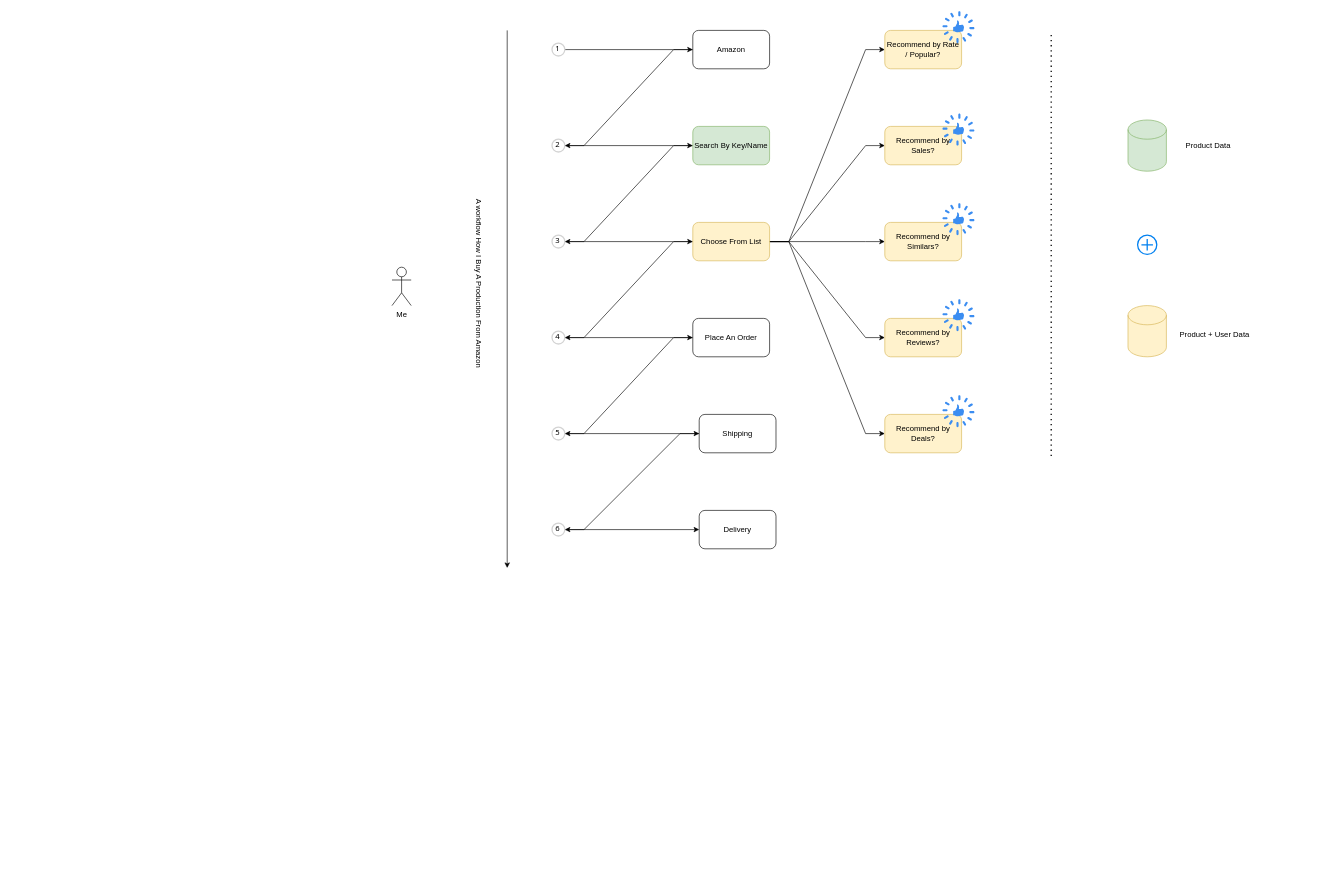
The draw.io diagram Recommend_use_cases.drawio in jiangtao7/draw.io, before the edit. Source tidied: cells renumbered, new cells numbered last; positions are measured from the earlier drawing's top-left corner, leaving out a move shared by most shapes. Both pictures are drawn from the tidied source at 64%, with x=0, y=0 at pixel (385, 11).
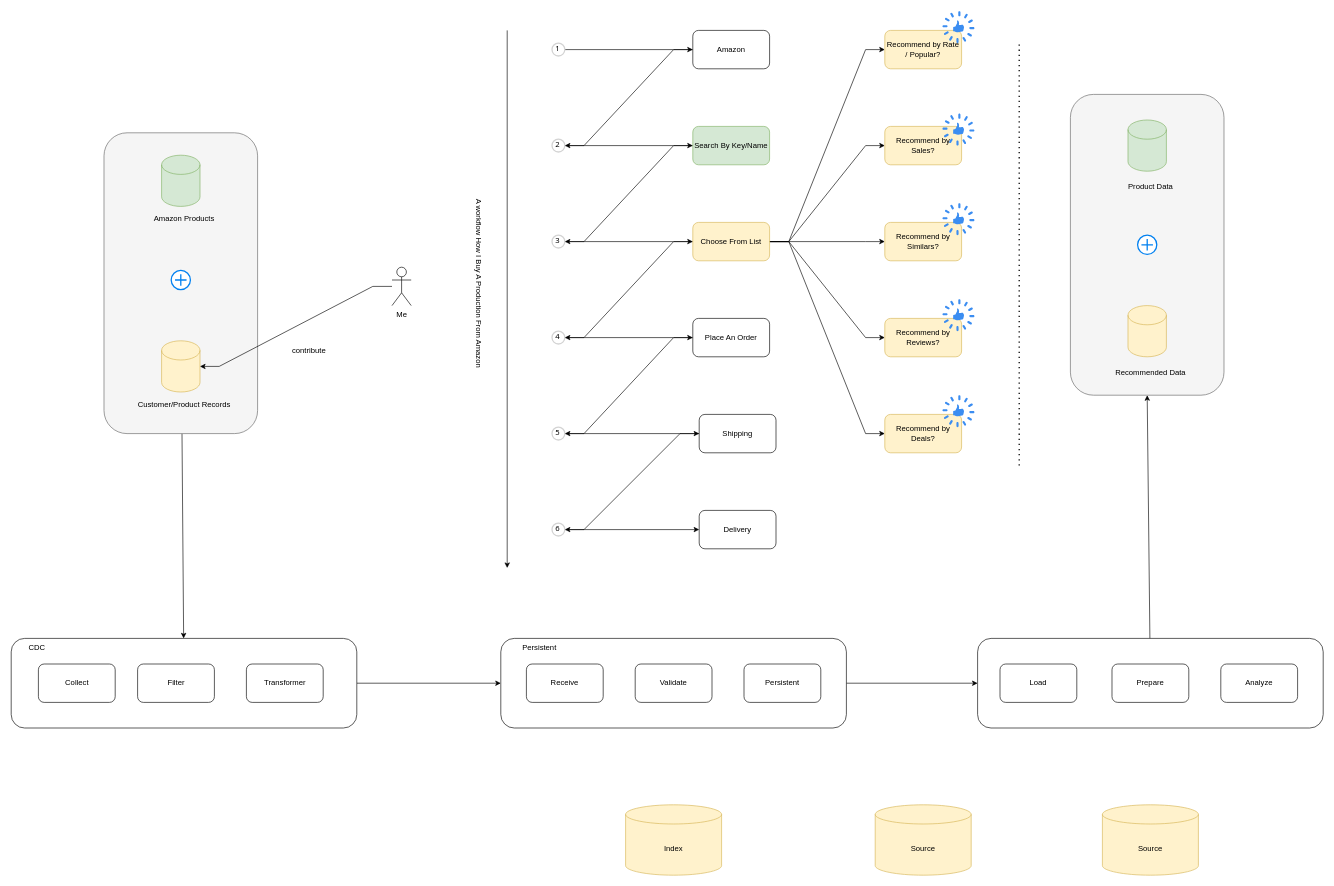
The same diagram, later.

Unchanged cells that the change refers to:
```xml
<mxCell id="2" value="Me" style="shape=umlActor;verticalLabelPosition=bottom;verticalAlign=top;html=1;outlineConnect=0;" parent="1" vertex="1">
  <mxGeometry x="10" y="400" width="30" height="60" as="geometry" />
</mxCell>
```

What changed in the source:
```diff
@@
+    <mxCell id="49" style="edgeStyle=none;rounded=0;jettySize=auto;html=1;entryX=0.5;entryY=1;entryDx=0;entryDy=0;" parent="1" edge="1" source="50" target="55">
+      <mxGeometry relative="1" as="geometry" />
+    </mxCell>
+    <mxCell id="50" style="rounded=1;whiteSpace=wrap;html=1;" parent="1" vertex="1">
+      <mxGeometry x="925" y="980" width="540" height="140" as="geometry" />
+    </mxCell>
+    <mxCell id="51" style="edgeStyle=none;rounded=0;jettySize=auto;html=1;" parent="1" edge="1" source="52" target="50">
+      <mxGeometry relative="1" as="geometry" />
+    </mxCell>
+    <mxCell id="52" style="rounded=1;whiteSpace=wrap;html=1;" parent="1" vertex="1">
+      <mxGeometry x="180" y="980" width="540" height="140" as="geometry" />
+    </mxCell>
+    <mxCell id="53" style="edgeStyle=none;rounded=0;jettySize=auto;html=1;entryX=0;entryY=0.5;entryDx=0;entryDy=0;" parent="1" edge="1" source="54" target="52">
+      <mxGeometry relative="1" as="geometry" />
+    </mxCell>
+    <mxCell id="54" style="rounded=1;whiteSpace=wrap;html=1;" parent="1" vertex="1">
+      <mxGeometry x="-585" y="980" width="540" height="140" as="geometry" />
+    </mxCell>
+    <mxCell id="55" style="rounded=1;whiteSpace=wrap;html=1;fillColor=#f5f5f5;fontColor=#333333;strokeColor=#666666;" parent="1" vertex="1">
+      <mxGeometry x="1070" y="130" width="240" height="470" as="geometry" />
+    </mxCell>
+    <mxCell id="56" style="edgeStyle=none;rounded=0;jettySize=auto;html=1;" parent="1" edge="1" source="57" target="54">
+      <mxGeometry relative="1" as="geometry" />
+    </mxCell>
+    <mxCell id="57" style="rounded=1;whiteSpace=wrap;html=1;fillColor=#f5f5f5;fontColor=#333333;strokeColor=#666666;" parent="1" vertex="1">
+      <mxGeometry x="-440" y="190" width="240" height="470" as="geometry" />
+    </mxCell>
@@
     <mxCell id="38" style="endArrow=none;dashed=1;html=1;dashPattern=1 3;strokeWidth=2;rounded=0;" parent="1" edge="1">
       <mxGeometry relative="1" as="geometry">
-        <mxPoint x="1040" y="695" as="sourcePoint" />
-        <mxPoint x="1040" y="35" as="targetPoint" />
+        <mxPoint x="990" y="710" as="sourcePoint" />
+        <mxPoint x="990" y="50" as="targetPoint" />
       </mxGeometry>
     </mxCell>
@@
     <mxCell id="41" value="Product Data" style="text;html=1;align=center;verticalAlign=middle;strokeColor=none;fillColor=none;" parent="1" vertex="1">
-      <mxGeometry x="1240" y="195" width="90" height="30" as="geometry" />
+      <mxGeometry x="1150" y="260" width="90" height="30" as="geometry" />
     </mxCell>
-    <mxCell id="42" value="Product + User Data" style="text;html=1;align=center;verticalAlign=middle;strokeColor=none;fillColor=none;" parent="1" vertex="1">
-      <mxGeometry x="1230" y="490" width="130" height="30" as="geometry" />
+    <mxCell id="42" value="Recommended Data" style="text;html=1;align=center;verticalAlign=middle;strokeColor=none;fillColor=none;" parent="1" vertex="1">
+      <mxGeometry x="1130" y="550" width="130" height="30" as="geometry" />
     </mxCell>
@@
+    <mxCell id="58" style="shape=cylinder3;whiteSpace=wrap;html=1;boundedLbl=1;backgroundOutline=1;size=15;fillColor=#d5e8d4;strokeColor=#82b366;" parent="1" vertex="1">
+      <mxGeometry x="-350" y="225" width="60" height="80" as="geometry" />
+    </mxCell>
+    <mxCell id="59" style="shape=cylinder3;whiteSpace=wrap;html=1;boundedLbl=1;backgroundOutline=1;size=15;fillColor=#fff2cc;strokeColor=#d6b656;" parent="1" vertex="1">
+      <mxGeometry x="-350" y="515" width="60" height="80" as="geometry" />
+    </mxCell>
+    <mxCell id="60" value="Amazon Products" style="text;html=1;align=center;verticalAlign=middle;strokeColor=none;fillColor=none;" parent="1" vertex="1">
+      <mxGeometry x="-375" y="310" width="120" height="30" as="geometry" />
+    </mxCell>
+    <mxCell id="61" value="Customer/Product Records" style="text;html=1;align=center;verticalAlign=middle;strokeColor=none;fillColor=none;" parent="1" vertex="1">
+      <mxGeometry x="-400" y="600" width="170" height="30" as="geometry" />
+    </mxCell>
+    <mxCell id="62" style="html=1;verticalLabelPosition=bottom;align=center;labelBackgroundColor=#ffffff;verticalAlign=top;strokeWidth=2;strokeColor=#0080F0;shadow=0;dashed=0;shape=mxgraph.ios7.icons.add;" parent="1" vertex="1">
+      <mxGeometry x="-335" y="405" width="30" height="30" as="geometry" />
+    </mxCell>
+    <mxCell id="63" style="edgeStyle=entityRelationEdgeStyle;rounded=0;jettySize=auto;html=1;entryX=1;entryY=0.5;entryDx=0;entryDy=0;entryPerimeter=0;" parent="1" edge="1" source="2" target="59">
+      <mxGeometry relative="1" as="geometry" />
+    </mxCell>
+    <mxCell id="64" value="contribute" style="text;html=1;align=center;verticalAlign=middle;strokeColor=none;fillColor=none;" parent="1" vertex="1">
+      <mxGeometry x="-160" y="515" width="80" height="30" as="geometry" />
+    </mxCell>
+    <mxCell id="65" value="Collect" style="rounded=1;whiteSpace=wrap;html=1;" parent="1" vertex="1">
+      <mxGeometry x="-542.5" y="1020" width="120" height="60" as="geometry" />
+    </mxCell>
+    <mxCell id="66" value="Filter" style="rounded=1;whiteSpace=wrap;html=1;" parent="1" vertex="1">
+      <mxGeometry x="-387.5" y="1020" width="120" height="60" as="geometry" />
+    </mxCell>
+    <mxCell id="67" value="Transformer" style="rounded=1;whiteSpace=wrap;html=1;" parent="1" vertex="1">
+      <mxGeometry x="-217.5" y="1020" width="120" height="60" as="geometry" />
+    </mxCell>
+    <mxCell id="68" value="Receive" style="rounded=1;whiteSpace=wrap;html=1;" parent="1" vertex="1">
+      <mxGeometry x="220" y="1020" width="120" height="60" as="geometry" />
+    </mxCell>
+    <mxCell id="69" value="Validate" style="rounded=1;whiteSpace=wrap;html=1;" parent="1" vertex="1">
+      <mxGeometry x="390" y="1020" width="120" height="60" as="geometry" />
+    </mxCell>
+    <mxCell id="70" value="Persistent" style="rounded=1;whiteSpace=wrap;html=1;" parent="1" vertex="1">
+      <mxGeometry x="560" y="1020" width="120" height="60" as="geometry" />
+    </mxCell>
+    <mxCell id="71" value="Load" style="rounded=1;whiteSpace=wrap;html=1;" parent="1" vertex="1">
+      <mxGeometry x="960" y="1020" width="120" height="60" as="geometry" />
+    </mxCell>
+    <mxCell id="72" value="Prepare" style="rounded=1;whiteSpace=wrap;html=1;" parent="1" vertex="1">
+      <mxGeometry x="1135" y="1020" width="120" height="60" as="geometry" />
+    </mxCell>
+    <mxCell id="73" value="Analyze" style="rounded=1;whiteSpace=wrap;html=1;" parent="1" vertex="1">
+      <mxGeometry x="1305" y="1020" width="120" height="60" as="geometry" />
+    </mxCell>
+    <mxCell id="74" value="CDC" style="text;html=1;align=center;verticalAlign=middle;strokeColor=none;fillColor=none;" parent="1" vertex="1">
+      <mxGeometry x="-570" y="980" width="50" height="30" as="geometry" />
+    </mxCell>
+    <mxCell id="75" value="Persistent" style="text;html=1;align=center;verticalAlign=middle;strokeColor=none;fillColor=none;" parent="1" vertex="1">
+      <mxGeometry x="200" y="980" width="80" height="30" as="geometry" />
+    </mxCell>
+    <mxCell id="76" value="Index" style="shape=cylinder3;whiteSpace=wrap;html=1;boundedLbl=1;backgroundOutline=1;size=15;fillColor=#fff2cc;strokeColor=#d6b656;" parent="1" vertex="1">
+      <mxGeometry x="375" y="1240" width="150" height="110" as="geometry" />
+    </mxCell>
+    <mxCell id="77" value="Source" style="shape=cylinder3;whiteSpace=wrap;html=1;boundedLbl=1;backgroundOutline=1;size=15;fillColor=#fff2cc;strokeColor=#d6b656;" parent="1" vertex="1">
+      <mxGeometry x="765" y="1240" width="150" height="110" as="geometry" />
+    </mxCell>
+    <mxCell id="78" value="Source" style="shape=cylinder3;whiteSpace=wrap;html=1;boundedLbl=1;backgroundOutline=1;size=15;fillColor=#fff2cc;strokeColor=#d6b656;" parent="1" vertex="1">
+      <mxGeometry x="1120" y="1240" width="150" height="110" as="geometry" />
+    </mxCell>
```
